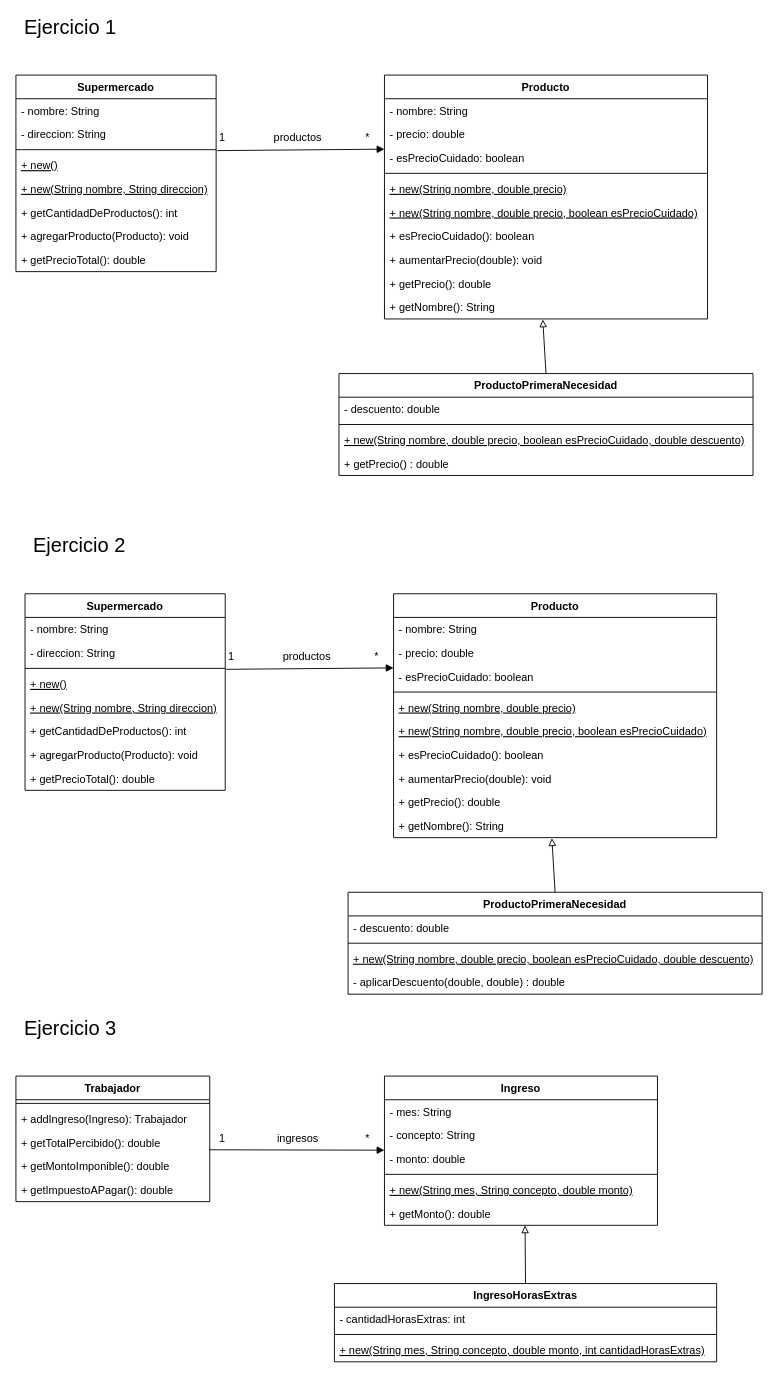
Before: TP04/TP4-UML.drawio in dkippes/Programacion-Orientada-Objetos-2, a draw.io diagram. Source tidied: cells renumbered, new cells numbered last; positions are measured from the earlier drawing's top-left corner, leaving out a move shared by most shapes. Both pictures are drawn from the tidied source at 91%, with x=0, y=0 at pixel (15, 18).
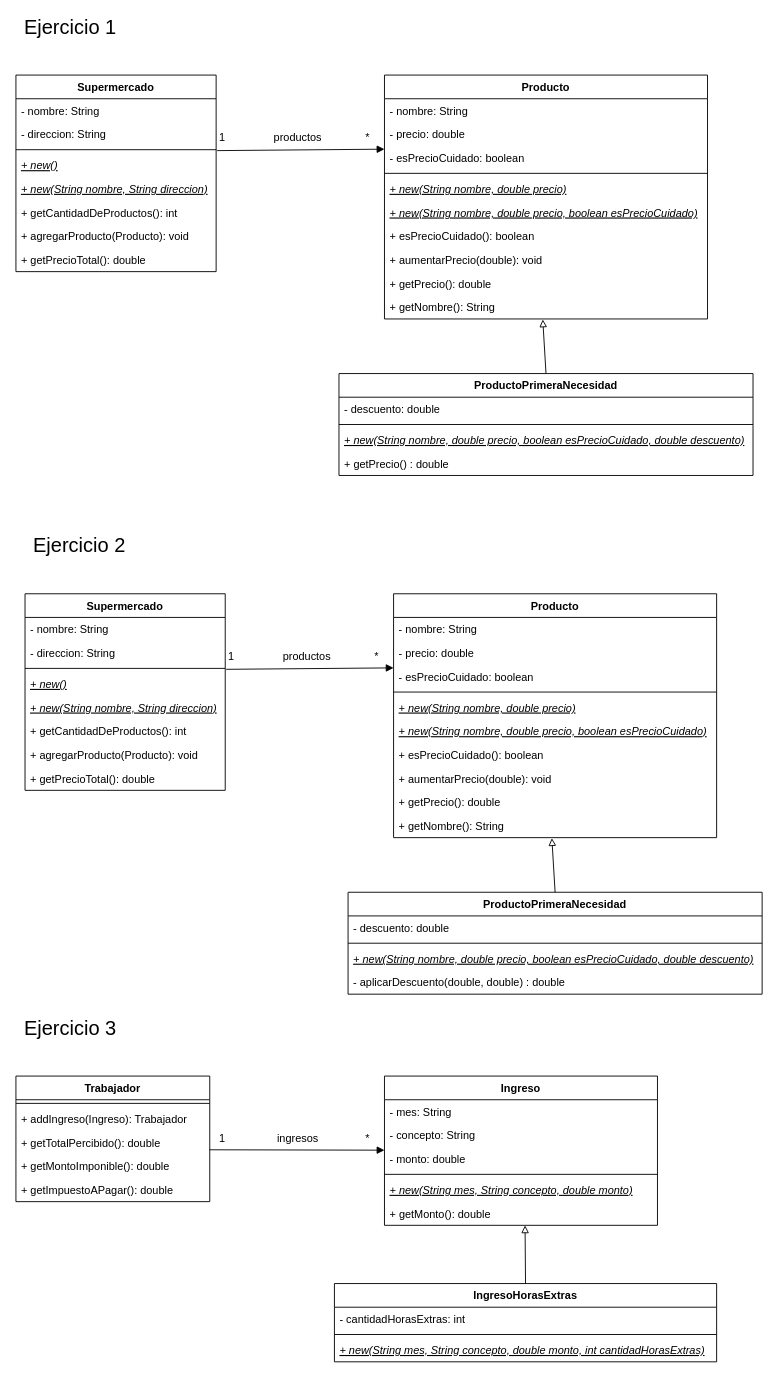
The same page after the edit.

Unchanged cells that the change refers to:
```xml
<mxCell id="8" value="IngresoHorasExtras" style="swimlane;fontStyle=1;align=center;verticalAlign=top;horizontal=1;startSize=26;strokeColor=default;" parent="1" vertex="1">
  <mxGeometry x="350" y="1390" width="420" height="86" as="geometry" />
</mxCell>
<mxCell id="12" value="Ingreso" style="swimlane;fontStyle=1;align=center;verticalAlign=top;horizontal=1;startSize=26;strokeColor=default;" parent="1" vertex="1">
  <mxGeometry x="405" y="1162" width="300" height="164" as="geometry" />
</mxCell>
<mxCell id="25" value="Supermercado" style="swimlane;fontStyle=1;align=center;verticalAlign=top;horizontal=1;startSize=26;strokeColor=default;" parent="1" vertex="1">
  <mxGeometry x="10" y="632" width="220" height="216" as="geometry" />
</mxCell>
<mxCell id="34" value="ProductoPrimeraNecesidad" style="swimlane;fontStyle=1;align=center;verticalAlign=top;horizontal=1;startSize=26;strokeColor=default;" parent="1" vertex="1">
  <mxGeometry x="365" y="960" width="455" height="112" as="geometry" />
</mxCell>
<mxCell id="39" value="Producto" style="swimlane;fontStyle=1;align=center;verticalAlign=top;horizontal=1;startSize=26;strokeColor=default;" parent="1" vertex="1">
  <mxGeometry x="415" y="632" width="355" height="268" as="geometry" />
</mxCell>
<mxCell id="56" value="Supermercado" style="swimlane;fontStyle=1;align=center;verticalAlign=top;horizontal=1;startSize=26;strokeColor=default;" parent="1" vertex="1">
  <mxGeometry y="62" width="220" height="216" as="geometry" />
</mxCell>
<mxCell id="65" value="ProductoPrimeraNecesidad" style="swimlane;fontStyle=1;align=center;verticalAlign=top;horizontal=1;startSize=26;strokeColor=default;" parent="1" vertex="1">
  <mxGeometry x="355" y="390" width="455" height="112" as="geometry" />
</mxCell>
<mxCell id="70" value="Producto" style="swimlane;fontStyle=1;align=center;verticalAlign=top;horizontal=1;startSize=26;strokeColor=default;" parent="1" vertex="1">
  <mxGeometry x="405" y="62" width="355" height="268" as="geometry" />
</mxCell>
```

What changed in the source:
```diff
@@
-    <mxCell id="11" value="+ new(String mes, String concepto, double monto, int cantidadHorasExtras)" style="text;strokeColor=none;fillColor=none;align=left;verticalAlign=top;spacingLeft=4;spacingRight=4;overflow=hidden;fontStyle=4;" parent="8" vertex="1">
+    <mxCell id="11" value="+ new(String mes, String concepto, double monto, int cantidadHorasExtras)" style="text;strokeColor=none;fillColor=none;align=left;verticalAlign=top;spacingLeft=4;spacingRight=4;overflow=hidden;fontStyle=6;" parent="8" vertex="1">
       <mxGeometry y="60" width="420" height="26" as="geometry" />
     </mxCell>
@@
-    <mxCell id="17" value="+ new(String mes, String concepto, double monto)" style="text;strokeColor=none;fillColor=none;align=left;verticalAlign=top;spacingLeft=4;spacingRight=4;overflow=hidden;fontStyle=4;" parent="12" vertex="1">
+    <mxCell id="17" value="+ new(String mes, String concepto, double monto)" style="text;strokeColor=none;fillColor=none;align=left;verticalAlign=top;spacingLeft=4;spacingRight=4;overflow=hidden;fontStyle=6;" parent="12" vertex="1">
       <mxGeometry y="112" width="300" height="26" as="geometry" />
     </mxCell>
@@
-    <mxCell id="29" value="+ new()" style="text;strokeColor=none;fillColor=none;align=left;verticalAlign=top;spacingLeft=4;spacingRight=4;overflow=hidden;points=[[0,0.5],[1,0.5]];portConstraint=eastwest;fontStyle=4;" parent="25" vertex="1">
+    <mxCell id="29" value="+ new()" style="text;strokeColor=none;fillColor=none;align=left;verticalAlign=top;spacingLeft=4;spacingRight=4;overflow=hidden;points=[[0,0.5],[1,0.5]];portConstraint=eastwest;fontStyle=6;" parent="25" vertex="1">
       <mxGeometry y="86" width="220" height="26" as="geometry" />
     </mxCell>
-    <mxCell id="30" value="+ new(String nombre, String direccion)" style="text;strokeColor=none;fillColor=none;align=left;verticalAlign=top;spacingLeft=4;spacingRight=4;overflow=hidden;fontStyle=4;" parent="25" vertex="1">
+    <mxCell id="30" value="+ new(String nombre, String direccion)" style="text;strokeColor=none;fillColor=none;align=left;verticalAlign=top;spacingLeft=4;spacingRight=4;overflow=hidden;fontStyle=6;" parent="25" vertex="1">
       <mxGeometry y="112" width="220" height="26" as="geometry" />
     </mxCell>
@@
-    <mxCell id="37" value="+ new(String nombre, double precio, boolean esPrecioCuidado, double descuento)" style="text;strokeColor=none;fillColor=none;align=left;verticalAlign=top;spacingLeft=4;spacingRight=4;overflow=hidden;fontStyle=4;" parent="34" vertex="1">
+    <mxCell id="37" value="+ new(String nombre, double precio, boolean esPrecioCuidado, double descuento)" style="text;strokeColor=none;fillColor=none;align=left;verticalAlign=top;spacingLeft=4;spacingRight=4;overflow=hidden;fontStyle=6;" parent="34" vertex="1">
       <mxGeometry y="60" width="455" height="26" as="geometry" />
     </mxCell>
@@
-    <mxCell id="44" value="+ new(String nombre, double precio)" style="text;strokeColor=none;fillColor=none;align=left;verticalAlign=top;spacingLeft=4;spacingRight=4;overflow=hidden;fontStyle=4;" parent="39" vertex="1">
+    <mxCell id="44" value="+ new(String nombre, double precio)" style="text;strokeColor=none;fillColor=none;align=left;verticalAlign=top;spacingLeft=4;spacingRight=4;overflow=hidden;fontStyle=6;" parent="39" vertex="1">
       <mxGeometry y="112" width="355" height="26" as="geometry" />
     </mxCell>
-    <mxCell id="45" value="+ new(String nombre, double precio, boolean esPrecioCuidado)" style="text;strokeColor=none;fillColor=none;align=left;verticalAlign=top;spacingLeft=4;spacingRight=4;overflow=hidden;fontStyle=4;" parent="39" vertex="1">
+    <mxCell id="45" value="+ new(String nombre, double precio, boolean esPrecioCuidado)" style="text;strokeColor=none;fillColor=none;align=left;verticalAlign=top;spacingLeft=4;spacingRight=4;overflow=hidden;fontStyle=6;" parent="39" vertex="1">
       <mxGeometry y="138" width="355" height="26" as="geometry" />
     </mxCell>
@@
-    <mxCell id="60" value="+ new()" style="text;strokeColor=none;fillColor=none;align=left;verticalAlign=top;spacingLeft=4;spacingRight=4;overflow=hidden;points=[[0,0.5],[1,0.5]];portConstraint=eastwest;fontStyle=4;" parent="56" vertex="1">
+    <mxCell id="60" value="+ new()" style="text;strokeColor=none;fillColor=none;align=left;verticalAlign=top;spacingLeft=4;spacingRight=4;overflow=hidden;points=[[0,0.5],[1,0.5]];portConstraint=eastwest;fontStyle=6;" parent="56" vertex="1">
       <mxGeometry y="86" width="220" height="26" as="geometry" />
     </mxCell>
-    <mxCell id="61" value="+ new(String nombre, String direccion)" style="text;strokeColor=none;fillColor=none;align=left;verticalAlign=top;spacingLeft=4;spacingRight=4;overflow=hidden;fontStyle=4;" parent="56" vertex="1">
+    <mxCell id="61" value="+ new(String nombre, String direccion)" style="text;strokeColor=none;fillColor=none;align=left;verticalAlign=top;spacingLeft=4;spacingRight=4;overflow=hidden;fontStyle=6;" parent="56" vertex="1">
       <mxGeometry y="112" width="220" height="26" as="geometry" />
     </mxCell>
@@
-    <mxCell id="68" value="+ new(String nombre, double precio, boolean esPrecioCuidado, double descuento)" style="text;strokeColor=none;fillColor=none;align=left;verticalAlign=top;spacingLeft=4;spacingRight=4;overflow=hidden;fontStyle=4;" parent="65" vertex="1">
+    <mxCell id="68" value="+ new(String nombre, double precio, boolean esPrecioCuidado, double descuento)" style="text;strokeColor=none;fillColor=none;align=left;verticalAlign=top;spacingLeft=4;spacingRight=4;overflow=hidden;fontStyle=6;" parent="65" vertex="1">
       <mxGeometry y="60" width="455" height="26" as="geometry" />
     </mxCell>
@@
-    <mxCell id="75" value="+ new(String nombre, double precio)" style="text;strokeColor=none;fillColor=none;align=left;verticalAlign=top;spacingLeft=4;spacingRight=4;overflow=hidden;fontStyle=4;" parent="70" vertex="1">
+    <mxCell id="75" value="+ new(String nombre, double precio)" style="text;strokeColor=none;fillColor=none;align=left;verticalAlign=top;spacingLeft=4;spacingRight=4;overflow=hidden;fontStyle=6;" parent="70" vertex="1">
       <mxGeometry y="112" width="355" height="26" as="geometry" />
     </mxCell>
-    <mxCell id="76" value="+ new(String nombre, double precio, boolean esPrecioCuidado)" style="text;strokeColor=none;fillColor=none;align=left;verticalAlign=top;spacingLeft=4;spacingRight=4;overflow=hidden;fontStyle=4;" parent="70" vertex="1">
+    <mxCell id="76" value="+ new(String nombre, double precio, boolean esPrecioCuidado)" style="text;strokeColor=none;fillColor=none;align=left;verticalAlign=top;spacingLeft=4;spacingRight=4;overflow=hidden;fontStyle=6;" parent="70" vertex="1">
       <mxGeometry y="138" width="355" height="26" as="geometry" />
     </mxCell>
```
